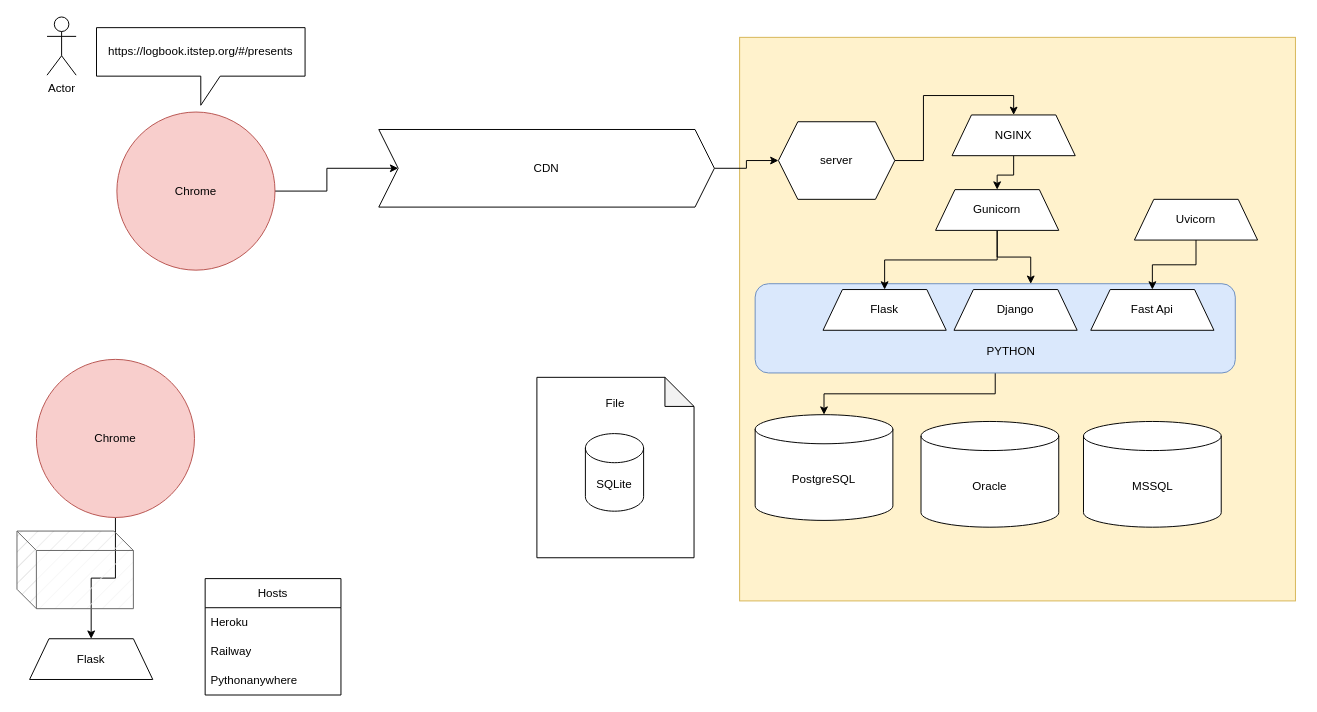
The draw.io diagram projects/7/response-request.drawio in bogdandrienko/PyE-222-1, before the edit. Source tidied: cells renumbered, new cells numbered last; positions are measured from the earlier drawing's top-left corner, leaving out a move shared by most shapes. Both pictures are drawn from the tidied source at 97%, with x=0, y=0 at pixel (16, 16).
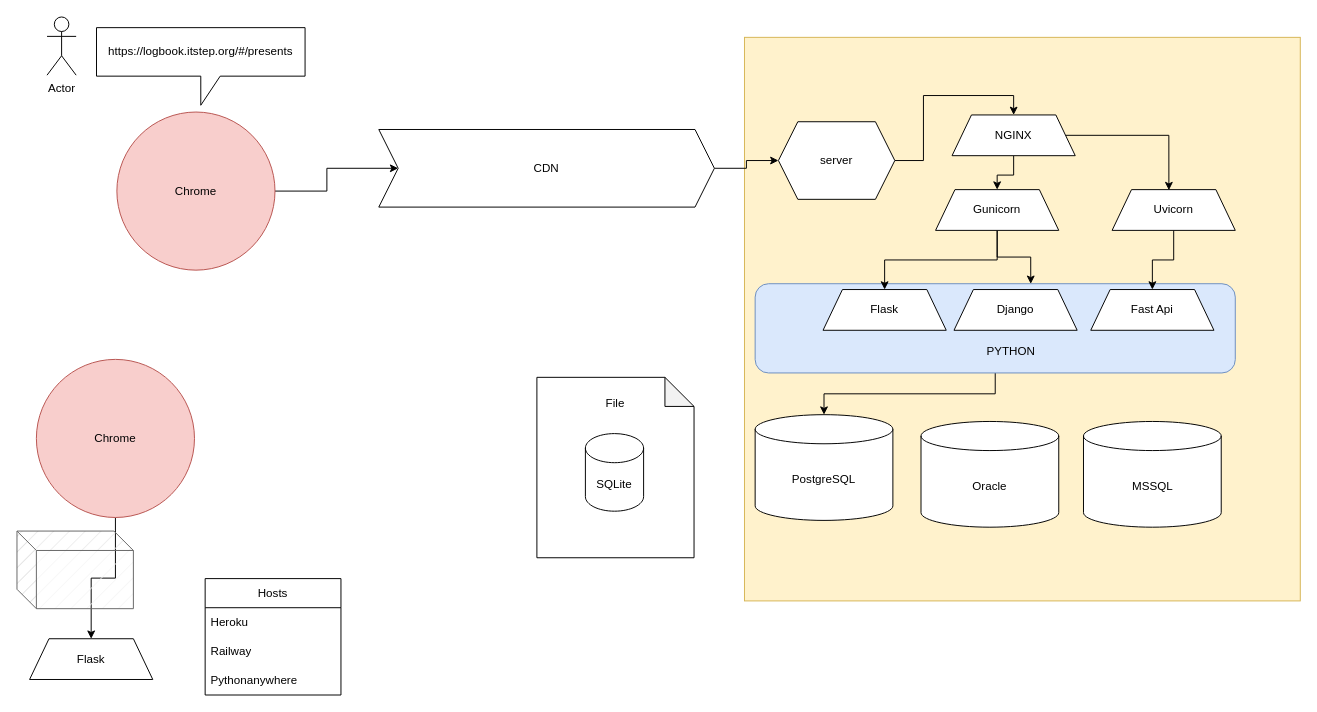
The same diagram, later.

The change refers to these unchanged cells:
```xml
<mxCell id="15" value="NGINX" style="shape=trapezoid;perimeter=trapezoidPerimeter;whiteSpace=wrap;html=1;fixedSize=1;" parent="1" vertex="1">
  <mxGeometry x="964" y="101" width="127" height="42" as="geometry" />
</mxCell>
```

Change to the diagram source:
```diff
@@
     <mxCell id="3" style="rounded=0;whiteSpace=wrap;html=1;fillColor=#fff2cc;strokeColor=#d6b656;" parent="1" vertex="1">
-      <mxGeometry x="745" y="21" width="573" height="581" as="geometry" />
+      <mxGeometry x="750" y="21" width="573" height="581" as="geometry" />
     </mxCell>
@@
+    <mxCell id="38" style="edgeStyle=orthogonalEdgeStyle;rounded=0;jettySize=auto;html=1;entryX=0.461;entryY=0.013;entryDx=0;entryDy=0;entryPerimeter=0;" parent="1" edge="1" source="15" target="27">
+      <mxGeometry relative="1" as="geometry" />
+    </mxCell>
@@
     <mxCell id="27" value="Uvicorn" style="shape=trapezoid;perimeter=trapezoidPerimeter;whiteSpace=wrap;html=1;fixedSize=1;" parent="1" vertex="1">
-      <mxGeometry x="1152" y="188" width="127" height="42" as="geometry" />
+      <mxGeometry x="1129" y="178" width="127" height="42" as="geometry" />
     </mxCell>
```
